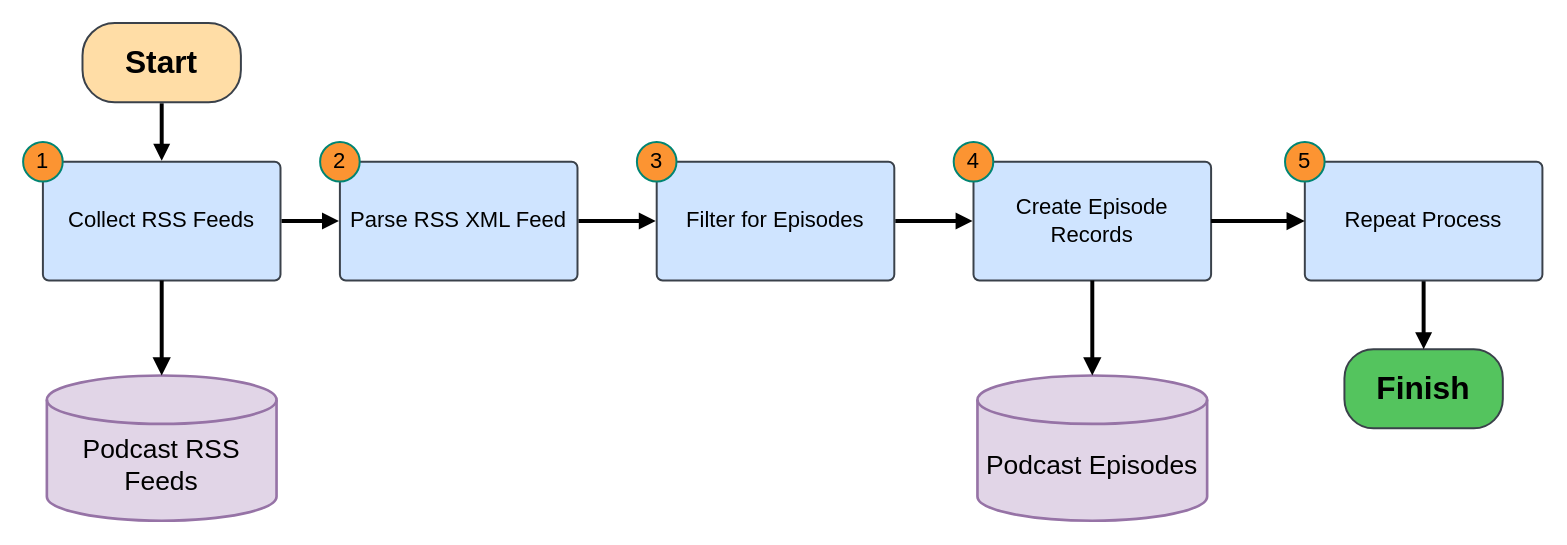
This is Podcast Data Acquisition.drawio from ggroenendale/diagram_repo, a draw.io file, before an edit. Source tidied: cells renumbered, new cells numbered last; positions are measured from the earlier drawing's top-left corner, leaving out a move shared by most shapes. Both pictures are drawn from the tidied source at 132%, with x=0, y=0 at pixel (22, 22).
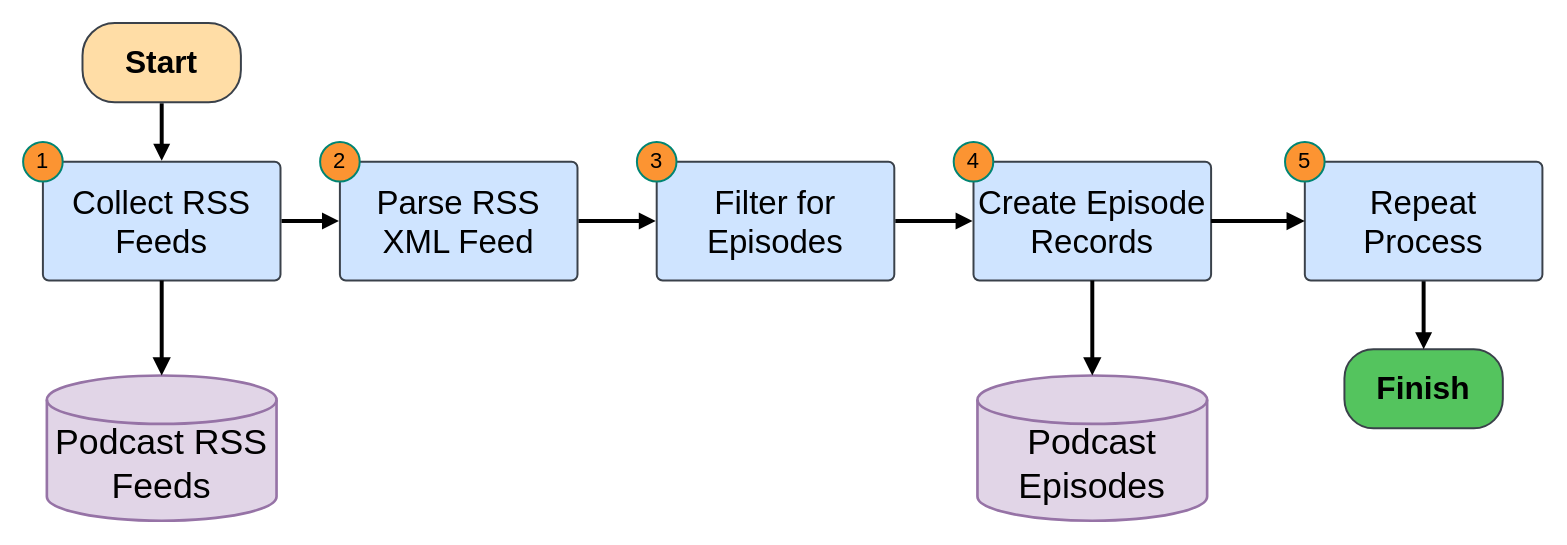
After the change.

Unchanged cells that the change refers to:
```xml
<mxCell id="7" style="group;" parent="1" vertex="1">
  <mxGeometry x="225" y="90" width="195" height="105" as="geometry" />
</mxCell>
<mxCell id="10" style="group;" parent="1" vertex="1">
  <mxGeometry x="465" y="90" width="195" height="105" as="geometry" />
</mxCell>
<mxCell id="13" style="group;" parent="1" vertex="1">
  <mxGeometry y="90" width="195" height="105" as="geometry" />
</mxCell>
<mxCell id="16" style="group;" parent="1" vertex="1">
  <mxGeometry x="705" y="90" width="195" height="105" as="geometry" />
</mxCell>
<mxCell id="21" style="group;" parent="1" vertex="1">
  <mxGeometry x="956" y="90" width="195" height="105" as="geometry" />
</mxCell>
```

Change to the diagram source:
```diff
@@
-    <mxCell id="8" value="Parse RSS XML Feed" style="html=1;overflow=block;blockSpacing=1;whiteSpace=wrap;fontSize=16.7;spacing=3.8;verticalAlign=middle;strokeColor=#3a414a;strokeOpacity=100;fillOpacity=100;rounded=1;absoluteArcSize=1;arcSize=9;fillColor=#cfe4ff;strokeWidth=1.5;lucidId=S16u41BVjXE3;" parent="7" vertex="1">
+    <mxCell id="8" value="&lt;font style=&quot;font-size: 25px;&quot;&gt;Parse RSS XML Feed&lt;/font&gt;" style="html=1;overflow=block;blockSpacing=1;whiteSpace=wrap;fontSize=16.7;spacing=3.8;verticalAlign=middle;strokeColor=#3a414a;strokeOpacity=100;fillOpacity=100;rounded=1;absoluteArcSize=1;arcSize=9;fillColor=#cfe4ff;strokeWidth=1.5;lucidId=S16u41BVjXE3;" parent="7" vertex="1">
       <mxGeometry x="15" y="15" width="180" height="90" as="geometry" />
     </mxCell>
@@
-    <mxCell id="11" value="Filter for Episodes" style="html=1;overflow=block;blockSpacing=1;whiteSpace=wrap;fontSize=16.7;spacing=3.8;verticalAlign=middle;strokeColor=#3a414a;strokeOpacity=100;fillOpacity=100;rounded=1;absoluteArcSize=1;arcSize=9;fillColor=#cfe4ff;strokeWidth=1.5;lucidId=p-6uXw-BGHr~;" parent="10" vertex="1">
+    <mxCell id="11" value="&lt;font style=&quot;font-size: 25px;&quot;&gt;Filter for Episodes&lt;/font&gt;" style="html=1;overflow=block;blockSpacing=1;whiteSpace=wrap;fontSize=16.7;spacing=3.8;verticalAlign=middle;strokeColor=#3a414a;strokeOpacity=100;fillOpacity=100;rounded=1;absoluteArcSize=1;arcSize=9;fillColor=#cfe4ff;strokeWidth=1.5;lucidId=p-6uXw-BGHr~;" parent="10" vertex="1">
       <mxGeometry x="15" y="15" width="180" height="90" as="geometry" />
     </mxCell>
@@
-    <mxCell id="14" value="Collect RSS Feeds" style="html=1;overflow=block;blockSpacing=1;whiteSpace=wrap;fontSize=16.7;spacing=3.8;verticalAlign=middle;strokeColor=#3a414a;strokeOpacity=100;fillOpacity=100;rounded=1;absoluteArcSize=1;arcSize=9;fillColor=#cfe4ff;strokeWidth=1.5;lucidId=SW6u_wksAtYL;" parent="13" vertex="1">
+    <mxCell id="14" value="&lt;font style=&quot;font-size: 25px;&quot;&gt;Collect RSS Feeds&lt;/font&gt;" style="html=1;overflow=block;blockSpacing=1;whiteSpace=wrap;fontSize=16.7;spacing=3.8;verticalAlign=middle;strokeColor=#3a414a;strokeOpacity=100;fillOpacity=100;rounded=1;absoluteArcSize=1;arcSize=9;fillColor=#cfe4ff;strokeWidth=1.5;lucidId=SW6u_wksAtYL;" parent="13" vertex="1">
       <mxGeometry x="15" y="15" width="180" height="90" as="geometry" />
     </mxCell>
@@
-    <mxCell id="17" value="Create Episode Records" style="html=1;overflow=block;blockSpacing=1;whiteSpace=wrap;fontSize=16.7;spacing=3.8;verticalAlign=middle;strokeColor=#3a414a;strokeOpacity=100;fillOpacity=100;rounded=1;absoluteArcSize=1;arcSize=9;fillColor=#cfe4ff;strokeWidth=1.5;lucidId=M.6uk97XyCFO;" parent="16" vertex="1">
+    <mxCell id="17" value="&lt;font style=&quot;font-size: 25px;&quot;&gt;Create Episode Records&lt;/font&gt;" style="html=1;overflow=block;blockSpacing=1;whiteSpace=wrap;fontSize=16.7;spacing=3.8;verticalAlign=middle;strokeColor=#3a414a;strokeOpacity=100;fillOpacity=100;rounded=1;absoluteArcSize=1;arcSize=9;fillColor=#cfe4ff;strokeWidth=1.5;lucidId=M.6uk97XyCFO;" parent="16" vertex="1">
       <mxGeometry x="15" y="15" width="180" height="90" as="geometry" />
     </mxCell>
@@
-    <mxCell id="22" value="Repeat Process" style="html=1;overflow=block;blockSpacing=1;whiteSpace=wrap;fontSize=16.7;spacing=3.8;verticalAlign=middle;strokeColor=#3a414a;strokeOpacity=100;fillOpacity=100;rounded=1;absoluteArcSize=1;arcSize=9;fillColor=#cfe4ff;strokeWidth=1.5;lucidId=M.6uk97XyCFO;" parent="21" vertex="1">
+    <mxCell id="22" value="&lt;font style=&quot;font-size: 25px;&quot;&gt;Repeat Process&lt;/font&gt;" style="html=1;overflow=block;blockSpacing=1;whiteSpace=wrap;fontSize=16.7;spacing=3.8;verticalAlign=middle;strokeColor=#3a414a;strokeOpacity=100;fillOpacity=100;rounded=1;absoluteArcSize=1;arcSize=9;fillColor=#cfe4ff;strokeWidth=1.5;lucidId=M.6uk97XyCFO;" parent="21" vertex="1">
       <mxGeometry x="15" y="15" width="180" height="90" as="geometry" />
     </mxCell>
@@
-    <mxCell id="25" value="&lt;font&gt;Podcast Episodes&lt;/font&gt;" style="strokeWidth=2;html=1;shape=mxgraph.flowchart.database;whiteSpace=wrap;fontSize=20;verticalAlign=middle;spacing=6;spacingTop=24;fillColor=#e1d5e7;strokeColor=#9673a6;" parent="1" vertex="1">
+    <mxCell id="25" value="&lt;font style=&quot;font-size: 27px;&quot;&gt;Podcast Episodes&lt;/font&gt;" style="strokeWidth=2;html=1;shape=mxgraph.flowchart.database;whiteSpace=wrap;fontSize=20;verticalAlign=middle;spacing=6;spacingTop=24;fillColor=#e1d5e7;strokeColor=#9673a6;" parent="1" vertex="1">
       <mxGeometry x="723" y="267" width="174" height="110" as="geometry" />
     </mxCell>
-    <mxCell id="26" value="&lt;font&gt;Podcast RSS Feeds&lt;/font&gt;" style="strokeWidth=2;html=1;shape=mxgraph.flowchart.database;whiteSpace=wrap;fontSize=20;verticalAlign=middle;spacing=6;spacingTop=24;fillColor=#e1d5e7;strokeColor=#9673a6;" parent="1" vertex="1">
+    <mxCell id="26" value="&lt;font style=&quot;font-size: 27px;&quot;&gt;Podcast RSS Feeds&lt;/font&gt;" style="strokeWidth=2;html=1;shape=mxgraph.flowchart.database;whiteSpace=wrap;fontSize=20;verticalAlign=middle;spacing=6;spacingTop=24;fillColor=#e1d5e7;strokeColor=#9673a6;" parent="1" vertex="1">
       <mxGeometry x="18" y="267" width="174" height="110" as="geometry" />
     </mxCell>
```
